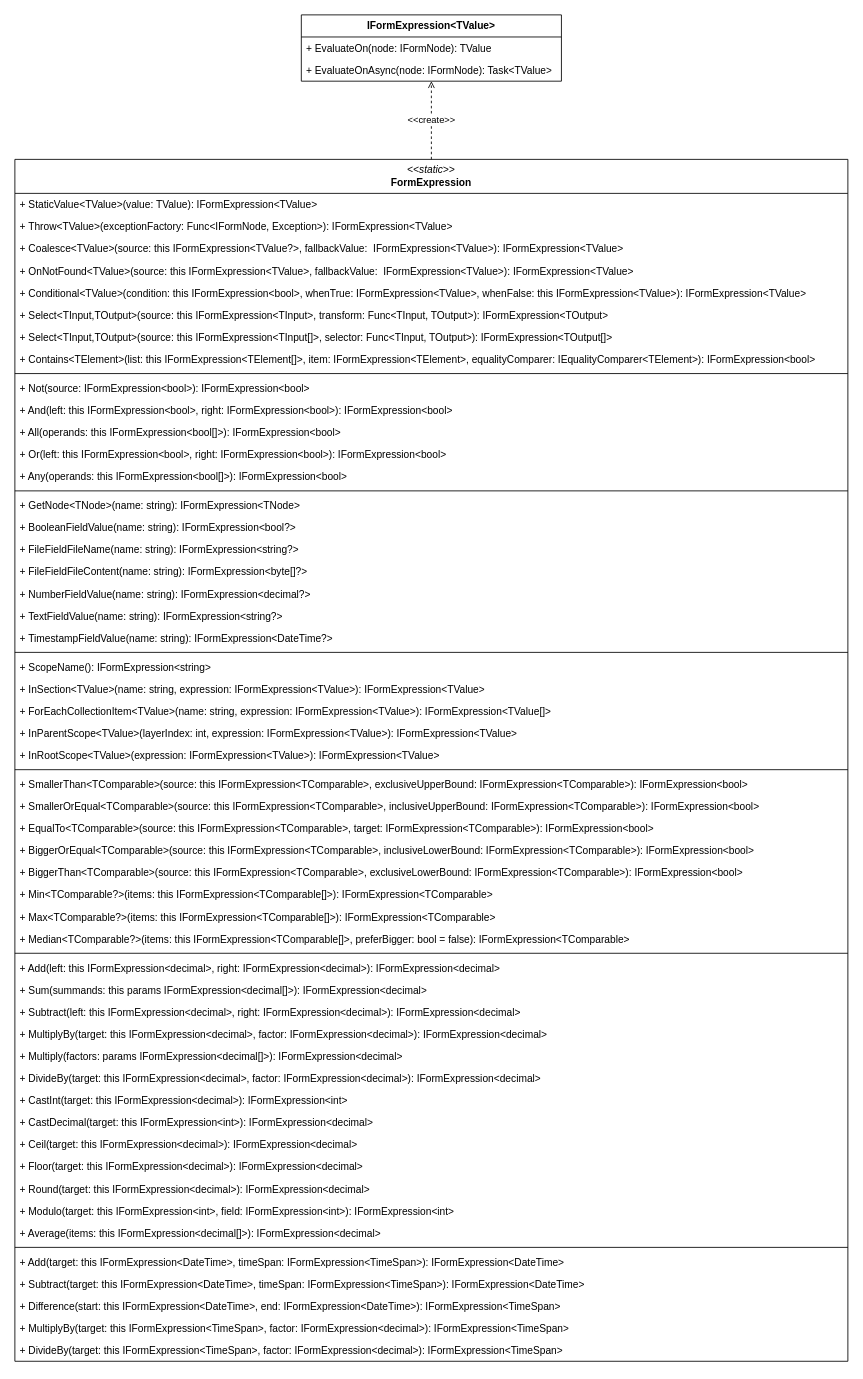
The draw.io diagram doc/forms-concept/expressions.drawio in RGXStorm281/common, before the edit. Source tidied: cells renumbered, new cells numbered last; positions are measured from the earlier drawing's top-left corner, leaving out a move shared by most shapes. Both pictures are drawn from the tidied source at 85%, with x=0, y=0 at pixel (14, 14).
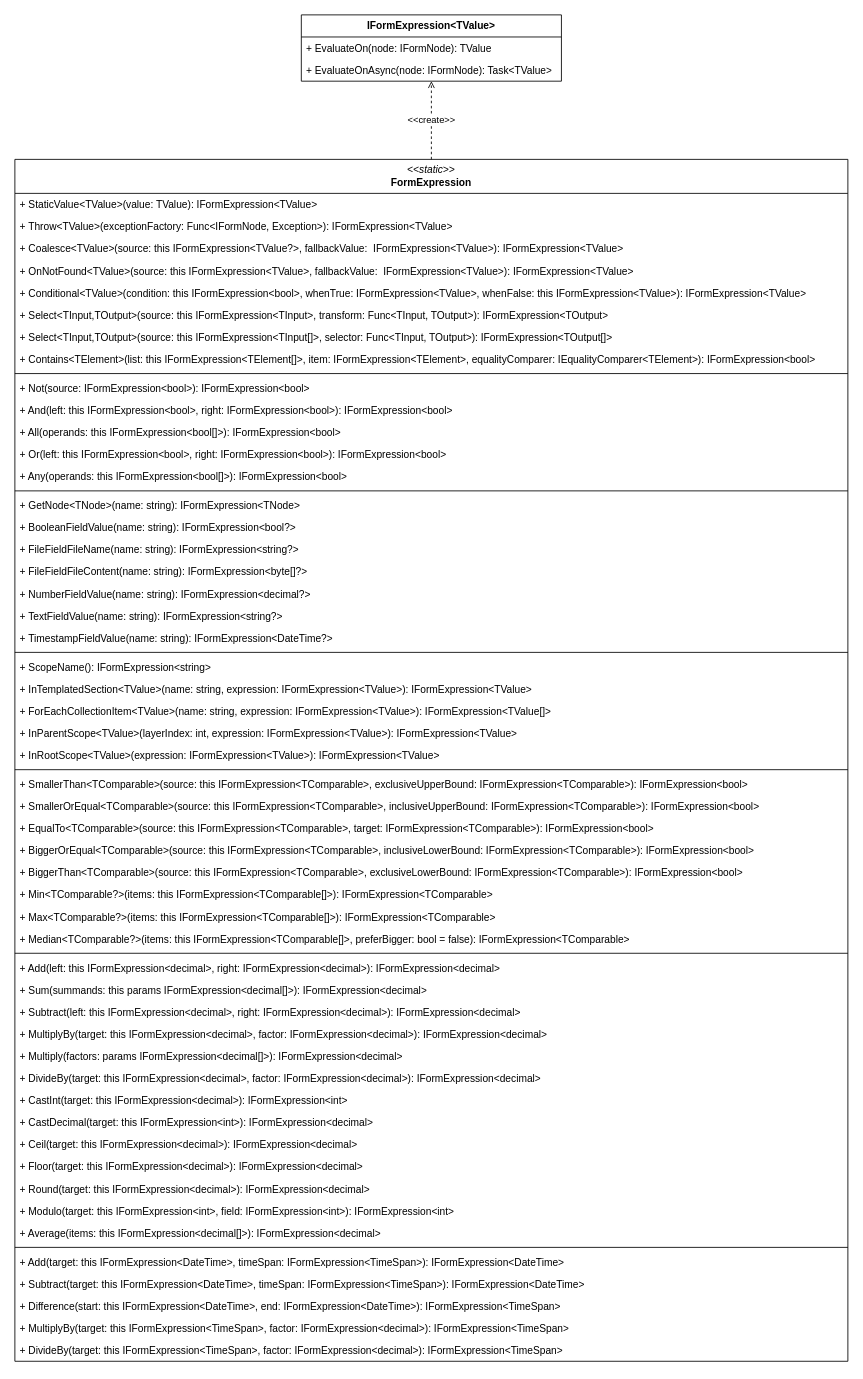
After the change.

The change refers to these unchanged cells:
```xml
<mxCell id="6" value="&lt;i&gt;&amp;lt;&amp;lt;static&amp;gt;&amp;gt;&lt;/i&gt;&lt;br&gt;&lt;b&gt;FormExpression&lt;/b&gt;" style="swimlane;fontStyle=0;horizontal=1;startSize=40;fillColor=none;whiteSpace=wrap;html=1;" parent="1" vertex="1">
  <mxGeometry y="170" width="980" height="1414" as="geometry" />
</mxCell>
```

Diff of the diagram source:
```diff
@@
-    <mxCell id="31" value="+ InSection&amp;lt;TValue&amp;gt;(name: string, expression: IFormExpression&amp;lt;TValue&amp;gt;): IFormExpression&amp;lt;TValue&amp;gt;" style="text;strokeColor=none;fillColor=none;align=left;verticalAlign=top;spacingLeft=4;spacingRight=4;overflow=hidden;whiteSpace=wrap;html=1;" parent="6" vertex="1">
+    <mxCell id="31" value="+ InTemplatedSection&amp;lt;TValue&amp;gt;(name: string, expression: IFormExpression&amp;lt;TValue&amp;gt;): IFormExpression&amp;lt;TValue&amp;gt;" style="text;strokeColor=none;fillColor=none;align=left;verticalAlign=top;spacingLeft=4;spacingRight=4;overflow=hidden;whiteSpace=wrap;html=1;" parent="6" vertex="1">
       <mxGeometry y="610" width="980" height="26" as="geometry" />
     </mxCell>
```
